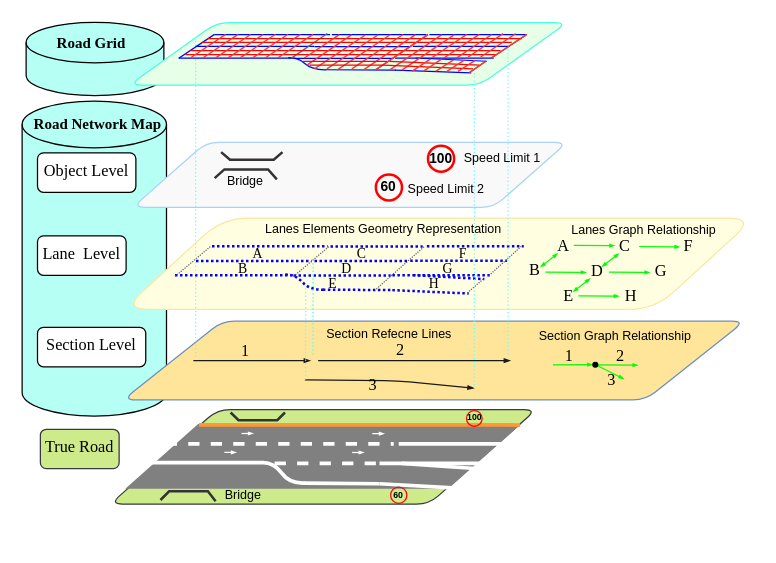
Before: road_map.drawio in LimingGao/draw_io, a draw.io diagram. Source tidied: cells renumbered, new cells numbered last; positions are measured from the earlier drawing's top-left corner, leaving out a move shared by most shapes. Both pictures are drawn from the tidied source at 125%, with x=0, y=0 at pixel (21, 21).
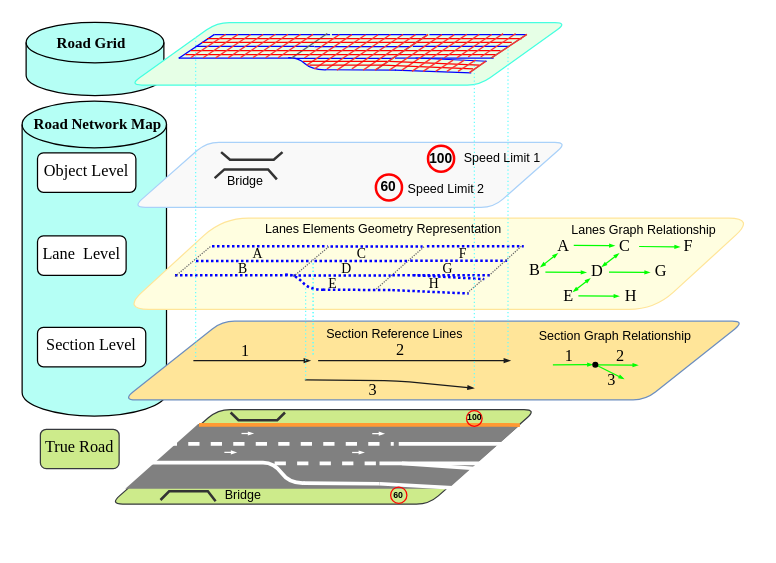
The same diagram, later.

What changed in the source:
```diff
@@
-    <mxCell id="98" value="Section Refecne Lines " style="text;whiteSpace=wrap;fontSize=10;" parent="1" vertex="1">
+    <mxCell id="98" value="Section Reference Lines " style="text;whiteSpace=wrap;fontSize=10;" parent="1" vertex="1">
       <mxGeometry x="241.5" y="236.7" width="121.3" height="23.6" as="geometry" />
     </mxCell>
@@
     <mxCell id="101" value="3" style="text;whiteSpace=wrap;fontSize=13;fontFamily=Times New Roman;align=center;verticalAlign=middle;labelBackgroundColor=none;" parent="1" vertex="1">
-      <mxGeometry x="273" y="285" width="16.3" height="10.2" as="geometry" />
+      <mxGeometry x="273" y="289" width="16.3" height="10.2" as="geometry" />
     </mxCell>
```
